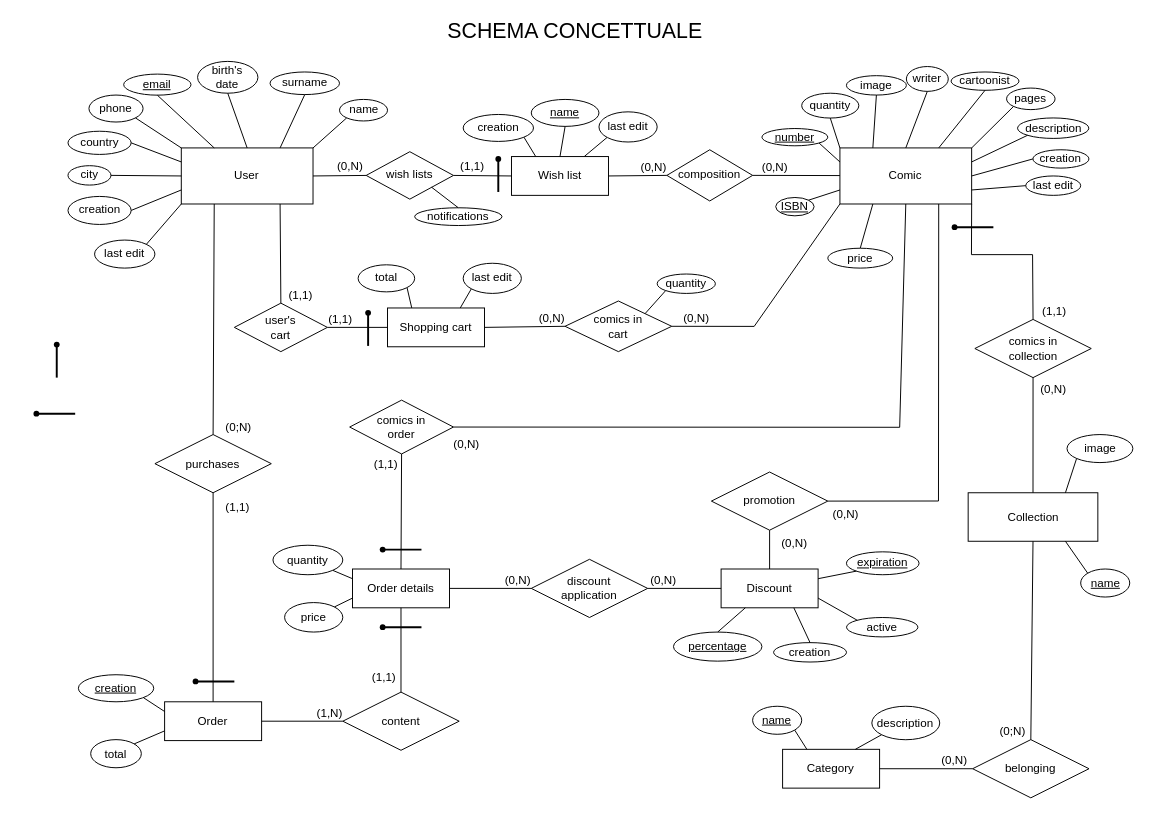
Above: doc/database/Comic_shop_ER_diagram.drawio in Enricods-i/Comics-Store-Backend (draw.io), before the change. Source tidied: cells renumbered, new cells numbered last; positions are measured from the earlier drawing's top-left corner, leaving out a move shared by most shapes. Both pictures are drawn from the tidied source at 97%, with x=0, y=0 at pixel (16, 16).
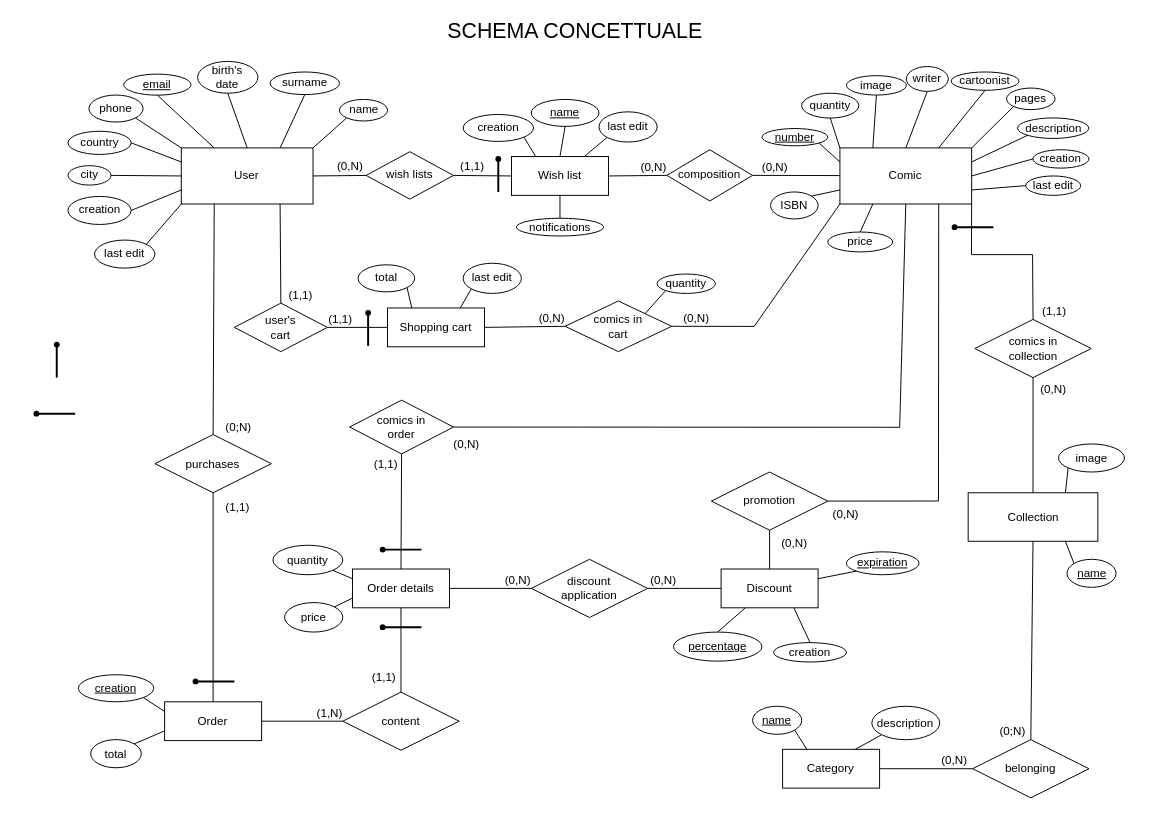
Above is the later version.

Unchanged cells that the change refers to:
```xml
<mxCell id="44" value="Discount" style="whiteSpace=wrap;html=1;align=center;" parent="1" vertex="1">
  <mxGeometry x="725.9" y="569.1" width="100" height="40" as="geometry" />
</mxCell>
<mxCell id="101" value="Wish list" style="whiteSpace=wrap;html=1;align=center;" parent="1" vertex="1">
  <mxGeometry x="509.8" y="143.9" width="100" height="40" as="geometry" />
</mxCell>
<mxCell id="102" value="wish lists" style="shape=rhombus;perimeter=rhombusPerimeter;whiteSpace=wrap;html=1;align=center;" parent="1" vertex="1">
  <mxGeometry x="360" y="138.9" width="90" height="48.9" as="geometry" />
</mxCell>
```

Diff of the diagram source:
```diff
@@
-    <mxCell id="16" value="&lt;u&gt;ISBN&lt;/u&gt;" style="ellipse;whiteSpace=wrap;html=1;align=center;" parent="1" vertex="1">
-      <mxGeometry x="782.2" y="186.1" width="39.6" height="18.9" as="geometry" />
-    </mxCell>
@@
     <mxCell id="42" value="image" style="ellipse;whiteSpace=wrap;html=1;align=center;" parent="1" vertex="1">
-      <mxGeometry x="1082.5" y="430.5" width="67.9" height="28.9" as="geometry" />
+      <mxGeometry x="1073.8" y="440.2" width="67.9" height="28.9" as="geometry" />
     </mxCell>
@@
-    <mxCell id="60" value="active" style="ellipse;whiteSpace=wrap;html=1;align=center;" parent="1" vertex="1">
-      <mxGeometry x="855.2" y="619.1" width="73.6" height="20" as="geometry" />
-    </mxCell>
@@
-    <mxCell id="64" style="endArrow=none;html=1;rounded=0;entryX=1;entryY=0.75;entryDx=0;entryDy=0;exitX=0;exitY=0;exitDx=0;exitDy=0;" parent="1" edge="1" source="60" target="44">
-      <mxGeometry relative="1" as="geometry" />
-    </mxCell>
@@
     <mxCell id="99" value="&lt;u&gt;name&lt;/u&gt;" style="ellipse;whiteSpace=wrap;html=1;align=center;" parent="1" vertex="1">
-      <mxGeometry x="1096.6" y="569.1" width="50.6" height="28.9" as="geometry" />
+      <mxGeometry x="1082.5" y="559.1" width="50.6" height="28.9" as="geometry" />
     </mxCell>
@@
     <mxCell id="117" value="notifications" style="ellipse;whiteSpace=wrap;html=1;align=center;" parent="1" vertex="1">
-      <mxGeometry x="410" y="196.7" width="90" height="18.3" as="geometry" />
+      <mxGeometry x="514.8" y="207.5" width="90" height="18.3" as="geometry" />
     </mxCell>
-    <mxCell id="118" style="endArrow=none;html=1;rounded=0;exitX=1;exitY=1;exitDx=0;exitDy=0;entryX=0.5;entryY=0;entryDx=0;entryDy=0;" parent="1" edge="1" source="102" target="117">
+    <mxCell id="118" style="endArrow=none;html=1;rounded=0;exitX=0.5;exitY=1;exitDx=0;exitDy=0;entryX=0.5;entryY=0;entryDx=0;entryDy=0;" parent="1" edge="1" source="101" target="117">
       <mxGeometry relative="1" as="geometry" />
     </mxCell>
@@
     <mxCell id="160" value="price" style="ellipse;whiteSpace=wrap;html=1;align=center;" parent="1" vertex="1">
-      <mxGeometry x="835.9" y="238.4" width="66.9" height="20.5" as="geometry" />
+      <mxGeometry x="835.9" y="221.7" width="66.9" height="20.5" as="geometry" />
     </mxCell>
+    <mxCell id="16" value="ISBN" style="ellipse;whiteSpace=wrap;html=1;align=center;" parent="1" vertex="1">
+      <mxGeometry x="776.9" y="180.4" width="49" height="27.8" as="geometry" />
+    </mxCell>
```
